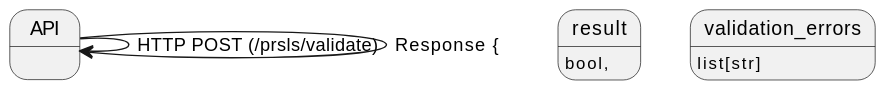
Before: docs/src/internal/diagrams/validate_proposal_api.svg, a diagram exported from PlantUML (ska-telescope/ska-oso-services).
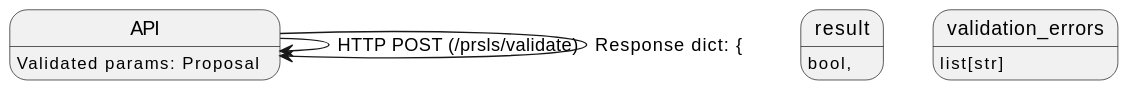
After the change.

Commit message:
STAR-1341: Update validate API docs

What changed in the source:
```diff
@@ -1,6 +1,7 @@
 @startuml
+API: Validated params: Proposal
 API -> API: HTTP POST (/prsls/validate)
-API -> API: Response {
+API -> API: Response dict: {
             "result": bool,
             "validation_errors": list[str]
         }
```
